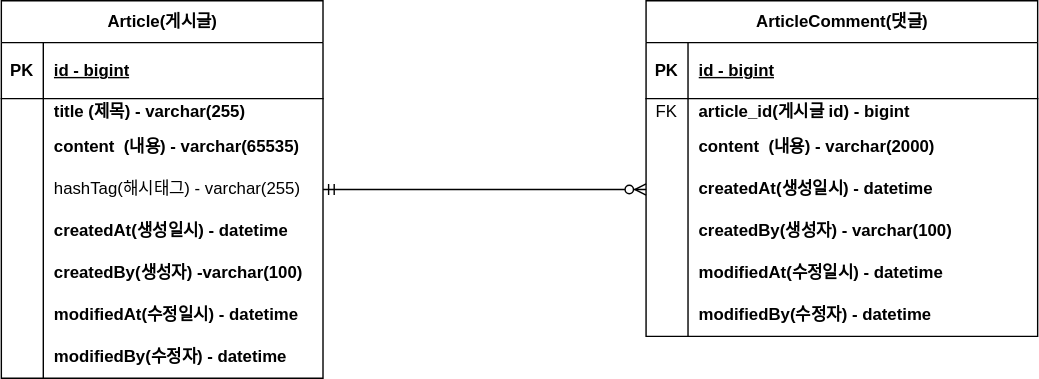
The draw.io diagram project-board-erd.svg in sunyongoh/fastcampus-project-board, before a commit. Source tidied: cells renumbered, new cells last; positions are measured from the earlier drawing's top-left corner, leaving out a move shared by most shapes.
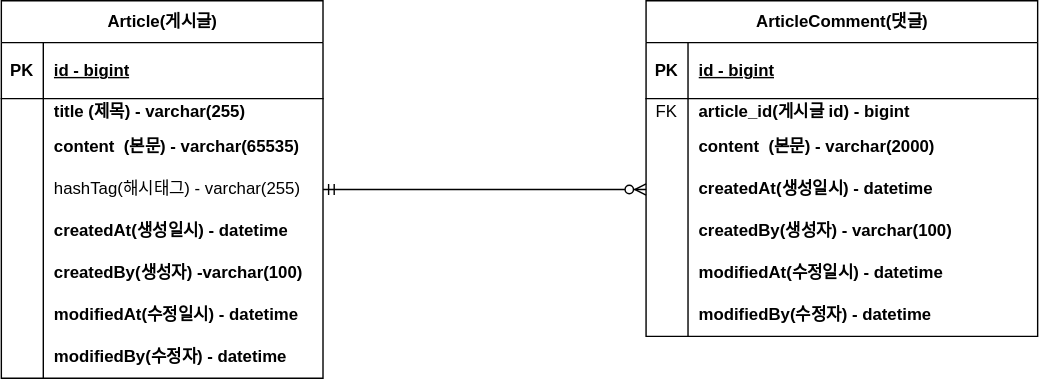
After the change.

Commit message:
#8 -ERD 주석 업데이트

Change to the diagram source:
```diff
@@ -29,7 +29,7 @@
     <mxCell id="10" style="shape=partialRectangle;fillColor=none;top=0;left=0;bottom=0;right=0;overflow=hidden;whiteSpace=wrap;html=1;" parent="9" vertex="1">
       <mxGeometry width="30" height="30" as="geometry" />
     </mxCell>
-    <mxCell id="11" value="content&amp;nbsp; (내용) - varchar(65535)" style="shape=partialRectangle;fillColor=none;top=0;left=0;bottom=0;right=0;align=left;spacingLeft=6;overflow=hidden;whiteSpace=wrap;html=1;fontStyle=1;" parent="9" vertex="1">
+    <mxCell id="11" value="content&amp;nbsp; (본문) - varchar(65535)" style="shape=partialRectangle;fillColor=none;top=0;left=0;bottom=0;right=0;align=left;spacingLeft=6;overflow=hidden;whiteSpace=wrap;html=1;fontStyle=1;" parent="9" vertex="1">
       <mxGeometry x="30" width="200" height="30" as="geometry" />
     </mxCell>
     <mxCell id="12" style="shape=tableRow;horizontal=0;startSize=0;swimlaneHead=0;swimlaneBody=0;fillColor=none;points=[[0,0.5],[1,0.5]];portConstraint=eastwest;top=0;left=0;right=0;bottom=0;" parent="2" vertex="1">
@@ -104,7 +104,7 @@
     <mxCell id="35" style="shape=partialRectangle;fillColor=none;top=0;left=0;bottom=0;right=0;overflow=hidden;whiteSpace=wrap;html=1;" parent="34" vertex="1">
       <mxGeometry width="30" height="30" as="geometry" />
     </mxCell>
-    <mxCell id="36" value="content&amp;nbsp; (내용) - varchar(2000)" style="shape=partialRectangle;fillColor=none;top=0;left=0;bottom=0;right=0;align=left;spacingLeft=6;overflow=hidden;whiteSpace=wrap;html=1;fontStyle=1;" parent="34" vertex="1">
+    <mxCell id="36" value="content&amp;nbsp; (본문) - varchar(2000)" style="shape=partialRectangle;fillColor=none;top=0;left=0;bottom=0;right=0;align=left;spacingLeft=6;overflow=hidden;whiteSpace=wrap;html=1;fontStyle=1;" parent="34" vertex="1">
       <mxGeometry x="30" width="250" height="30" as="geometry" />
     </mxCell>
     <mxCell id="37" style="shape=tableRow;horizontal=0;startSize=0;swimlaneHead=0;swimlaneBody=0;fillColor=none;points=[[0,0.5],[1,0.5]];portConstraint=eastwest;top=0;left=0;right=0;bottom=0;" parent="27" vertex="1">
```
